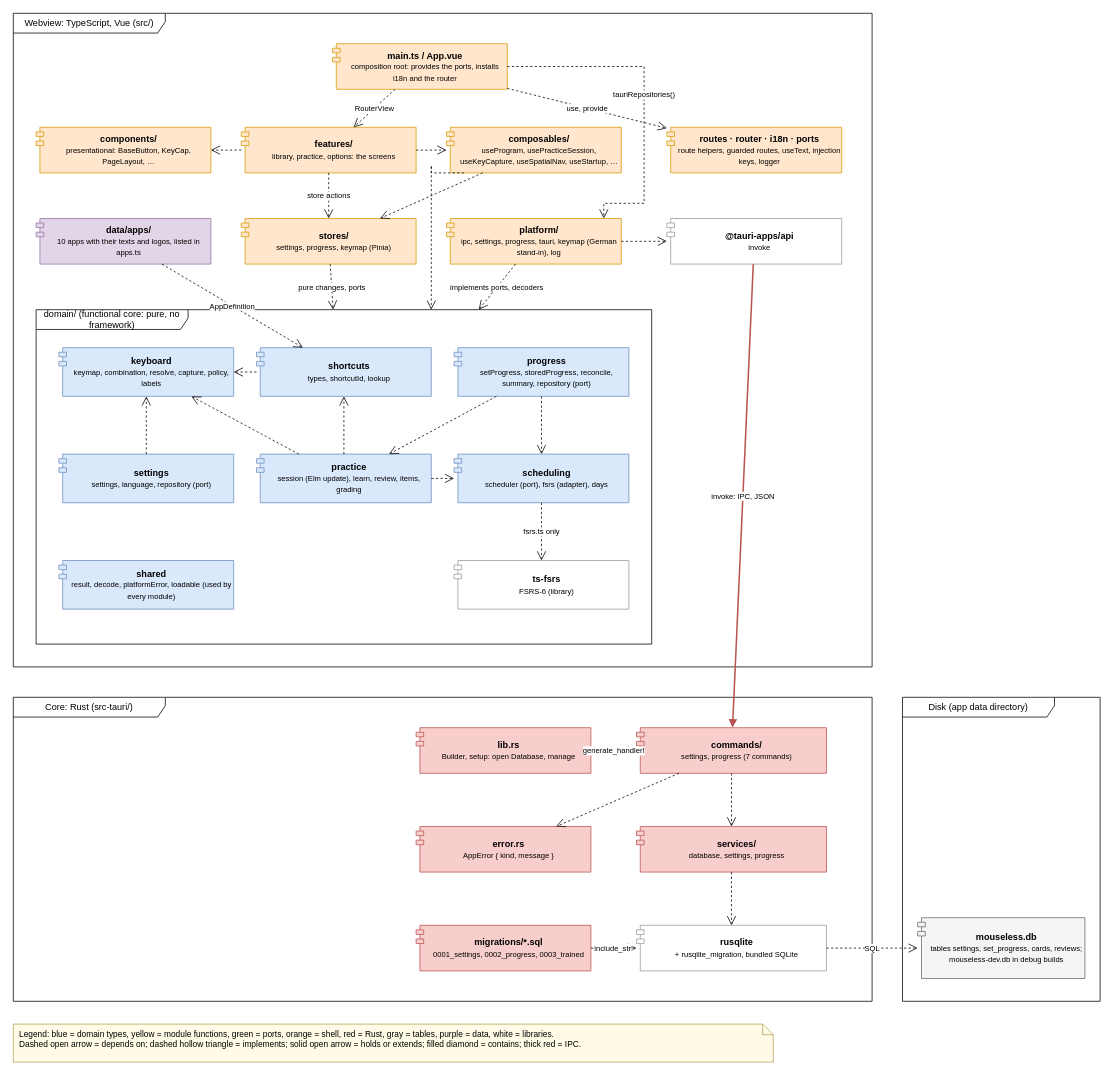
r0binius/mathe2-trainer keeps this draw.io diagram as page "Components" (1 of 10) of docs/uml.drawio. Above is the earlier version. Source tidied: cells renumbered, new cells numbered last; positions are measured from the earlier drawing's top-left corner, leaving out a move shared by most shapes. Both pictures are drawn from the tidied source at 76%, with x=0, y=0 at pixel (13, 13).
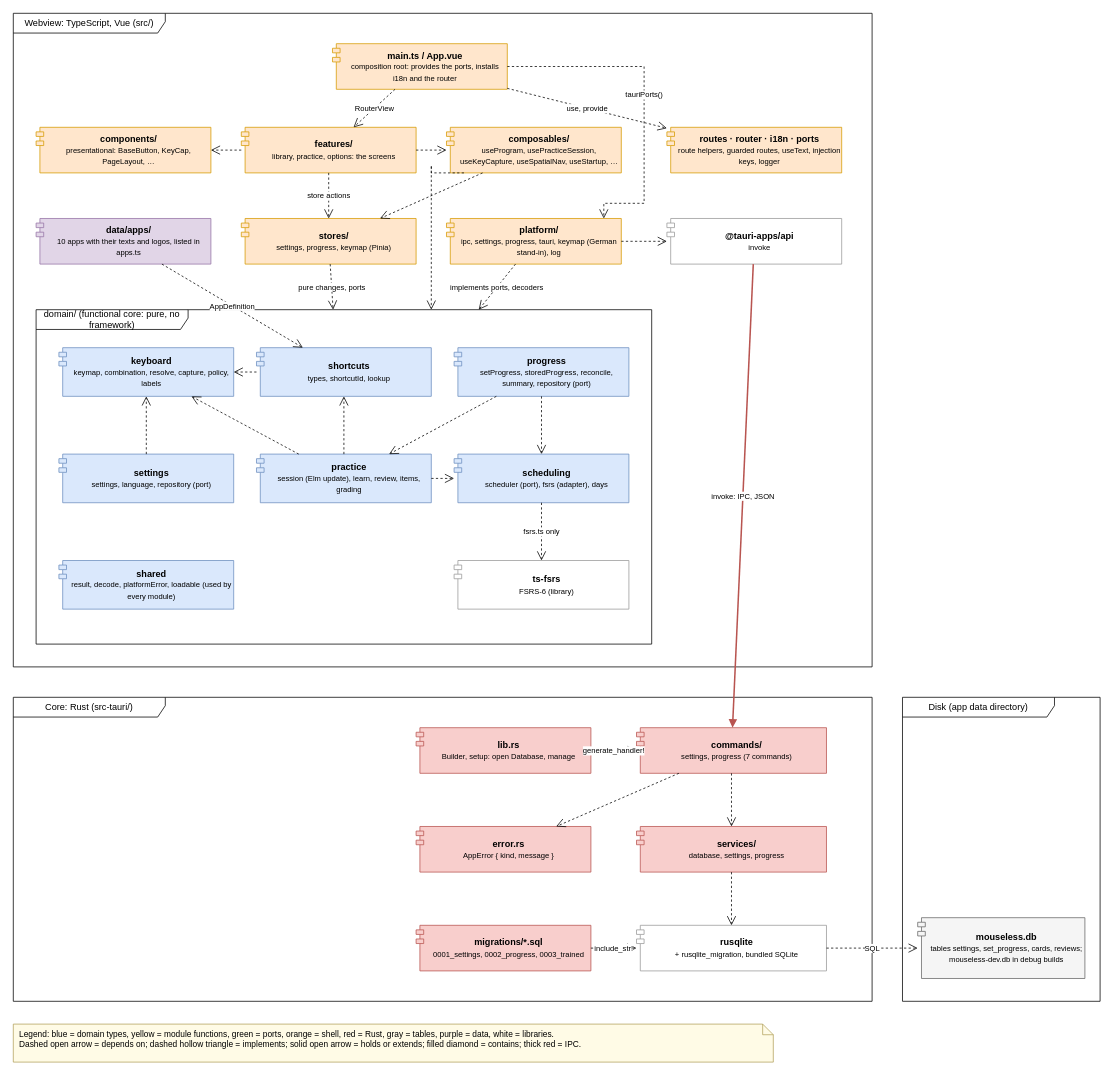
After the change.

The change refers to these unchanged cells:
```xml
<mxCell id="5" value="&lt;b&gt;main.ts / App.vue&lt;/b&gt;&lt;br&gt;&lt;font style=&quot;font-size:10px&quot;&gt;composition root: provides the ports, installs i18n and the router&lt;/font&gt;" style="rounded=0;whiteSpace=wrap;html=1;fillColor=#ffe6cc;strokeColor=#d79b00;shape=module;jettyWidth=10;jettyHeight=6;align=center;spacingLeft=14;" parent="2" vertex="1">
  <mxGeometry x="420" y="40" width="230" height="60" as="geometry" />
</mxCell>
<mxCell id="8" value="&lt;b&gt;platform/&lt;/b&gt;&lt;br&gt;&lt;font style=&quot;font-size:10px&quot;&gt;ipc, settings, progress, tauri, keymap (German stand-in), log&lt;/font&gt;" style="rounded=0;whiteSpace=wrap;html=1;fillColor=#ffe6cc;strokeColor=#d79b00;shape=module;jettyWidth=10;jettyHeight=6;align=center;spacingLeft=14;" parent="2" vertex="1">
  <mxGeometry x="570" y="270" width="230" height="60" as="geometry" />
</mxCell>
```

What changed in the source:
```diff
@@
-    <mxCell id="26" value="tauriRepositories()" style="html=1;fontSize=10;labelBackgroundColor=#ffffff;endArrow=open;endSize=10;dashed=1;edgeStyle=orthogonalEdgeStyle;rounded=0;exitX=1;exitY=0.5;entryX=0.9;entryY=0;" parent="1" edge="1" source="5" target="8">
+    <mxCell id="26" value="tauriPorts()" style="html=1;fontSize=10;labelBackgroundColor=#ffffff;endArrow=open;endSize=10;dashed=1;edgeStyle=orthogonalEdgeStyle;rounded=0;exitX=1;exitY=0.5;entryX=0.9;entryY=0;" parent="1" edge="1" source="5" target="8">
       <mxGeometry relative="1" as="geometry">
         <Array as="points">
           <mxPoint x="830" y="70" />
           <mxPoint x="830" y="250" />
           <mxPoint x="777" y="250" />
         </Array>
       </mxGeometry>
     </mxCell>
```
